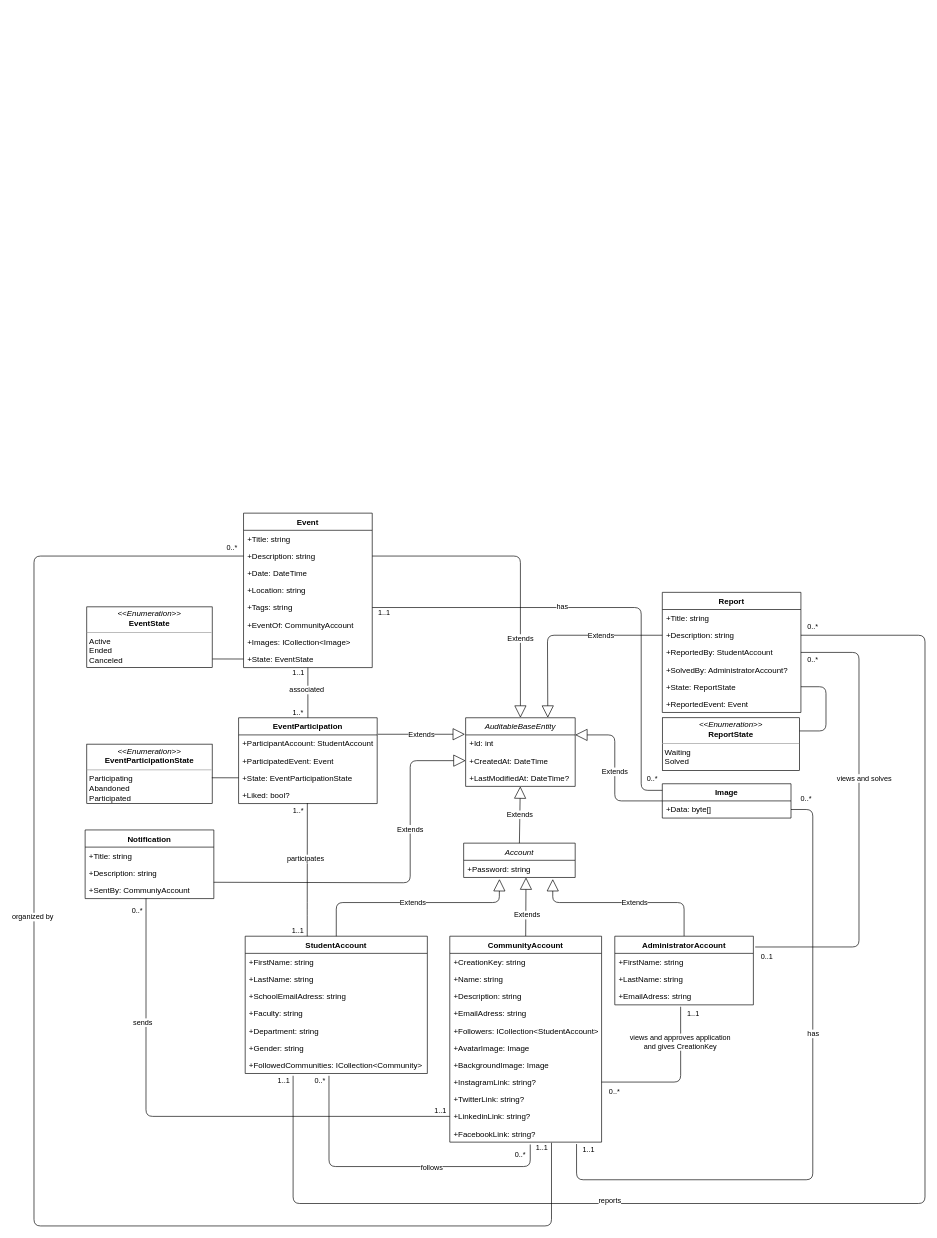
Earlier version of the draw.io diagram class_diagram_section/class_diagram.drawio (MustafaKANLI/BildirWebPublic). Source tidied: cells renumbered, new cells numbered last; positions are measured from the earlier drawing's top-left corner, leaving out a move shared by most shapes. Both pictures are drawn from the tidied source at 66%, with x=0, y=0 at pixel (34, 513).
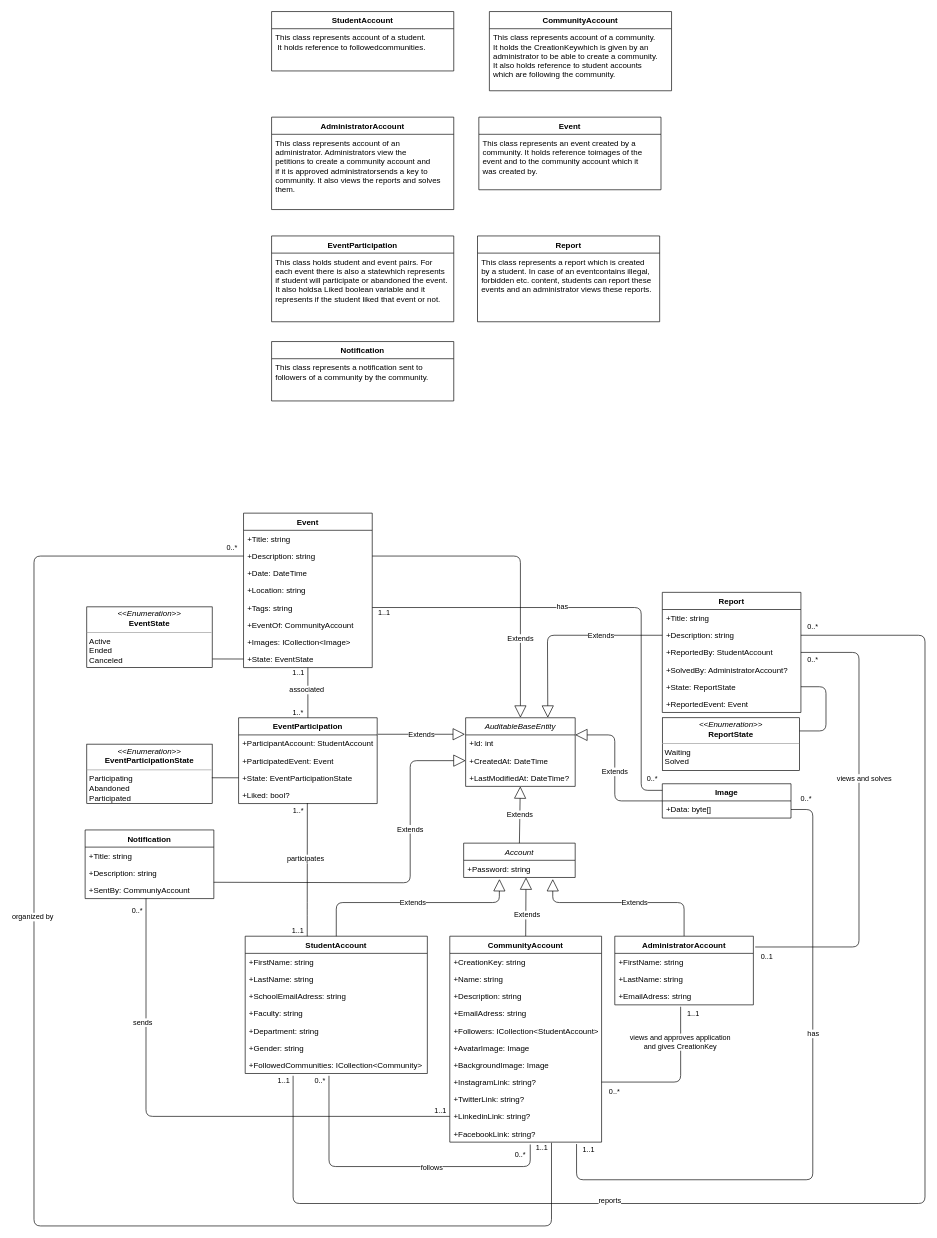
The same page after the edit.

Commit message:
Added explanations of class diagrams

Diff of the diagram source:
```diff
@@
+    <mxCell id="114" value="StudentAccount" style="swimlane;fontStyle=1;align=center;verticalAlign=top;horizontal=1;startSize=26;" parent="1" vertex="1">
+      <mxGeometry x="360" y="-760" width="276" height="90" as="geometry" />
+    </mxCell>
+    <mxCell id="115" value="This class represents account of a student.&#10; It holds reference to followedcommunities." style="text;strokeColor=none;fillColor=none;align=left;verticalAlign=top;spacingLeft=4;spacingRight=4;overflow=hidden;" parent="114" vertex="1">
+      <mxGeometry y="26" width="276" height="64" as="geometry" />
+    </mxCell>
+    <mxCell id="116" value="CommunityAccount" style="swimlane;fontStyle=1;align=center;verticalAlign=top;horizontal=1;startSize=26;" parent="1" vertex="1">
+      <mxGeometry x="690" y="-760" width="276" height="120" as="geometry" />
+    </mxCell>
+    <mxCell id="117" value="This class represents account of a community. &#10;It holds the CreationKeywhich is given by an &#10;administrator to be able to create a community.&#10;It also holds reference to student accounts &#10;which are following the community." style="text;strokeColor=none;fillColor=none;align=left;verticalAlign=top;spacingLeft=4;spacingRight=4;overflow=hidden;" parent="116" vertex="1">
+      <mxGeometry y="26" width="276" height="94" as="geometry" />
+    </mxCell>
+    <mxCell id="118" value="AdministratorAccount " style="swimlane;fontStyle=1;align=center;verticalAlign=top;horizontal=1;startSize=26;" parent="1" vertex="1">
+      <mxGeometry x="360" y="-600" width="276" height="140" as="geometry" />
+    </mxCell>
+    <mxCell id="119" value="This class represents account of an &#10;administrator. Administrators view the&#10;petitions to create a community account and &#10;if it is approved administratorsends a key to &#10;community. It also views the reports and solves &#10;them." style="text;strokeColor=none;fillColor=none;align=left;verticalAlign=top;spacingLeft=4;spacingRight=4;overflow=hidden;" parent="118" vertex="1">
+      <mxGeometry y="26" width="276" height="114" as="geometry" />
+    </mxCell>
+    <mxCell id="120" value="Event " style="swimlane;fontStyle=1;align=center;verticalAlign=top;horizontal=1;startSize=26;" parent="1" vertex="1">
+      <mxGeometry x="674" y="-600" width="276" height="110" as="geometry" />
+    </mxCell>
+    <mxCell id="121" value="This class represents an event created by a &#10;community. It holds reference toimages of the &#10;event and to the community account which it &#10;was created by." style="text;strokeColor=none;fillColor=none;align=left;verticalAlign=top;spacingLeft=4;spacingRight=4;overflow=hidden;" parent="120" vertex="1">
+      <mxGeometry y="26" width="276" height="84" as="geometry" />
+    </mxCell>
+    <mxCell id="122" value="EventParticipation " style="swimlane;fontStyle=1;align=center;verticalAlign=top;horizontal=1;startSize=26;" parent="1" vertex="1">
+      <mxGeometry x="360" y="-420" width="276" height="130" as="geometry" />
+    </mxCell>
+    <mxCell id="123" value="This class holds student and event pairs. For &#10;each event there is also a statewhich represents &#10;if student will participate or abandoned the event. &#10;It also holdsa Liked boolean variable and it &#10;represents if the student liked that event or not." style="text;strokeColor=none;fillColor=none;align=left;verticalAlign=top;spacingLeft=4;spacingRight=4;overflow=hidden;" parent="122" vertex="1">
+      <mxGeometry y="26" width="276" height="104" as="geometry" />
+    </mxCell>
+    <mxCell id="124" value="Report " style="swimlane;fontStyle=1;align=center;verticalAlign=top;horizontal=1;startSize=26;" parent="1" vertex="1">
+      <mxGeometry x="672" y="-420" width="276" height="130" as="geometry" />
+    </mxCell>
+    <mxCell id="125" value="This class represents a report which is created &#10;by a student. In case of an eventcontains illegal, &#10;forbidden etc. content, students can report these &#10;events and an administrator views these reports." style="text;strokeColor=none;fillColor=none;align=left;verticalAlign=top;spacingLeft=4;spacingRight=4;overflow=hidden;" parent="124" vertex="1">
+      <mxGeometry y="26" width="276" height="104" as="geometry" />
+    </mxCell>
+    <mxCell id="126" value="Notification " style="swimlane;fontStyle=1;align=center;verticalAlign=top;horizontal=1;startSize=26;" parent="1" vertex="1">
+      <mxGeometry x="360" y="-260" width="276" height="90" as="geometry" />
+    </mxCell>
+    <mxCell id="127" value="This class represents a notification sent to &#10;followers of a community by the community." style="text;strokeColor=none;fillColor=none;align=left;verticalAlign=top;spacingLeft=4;spacingRight=4;overflow=hidden;" parent="126" vertex="1">
+      <mxGeometry y="26" width="276" height="64" as="geometry" />
+    </mxCell>
```
